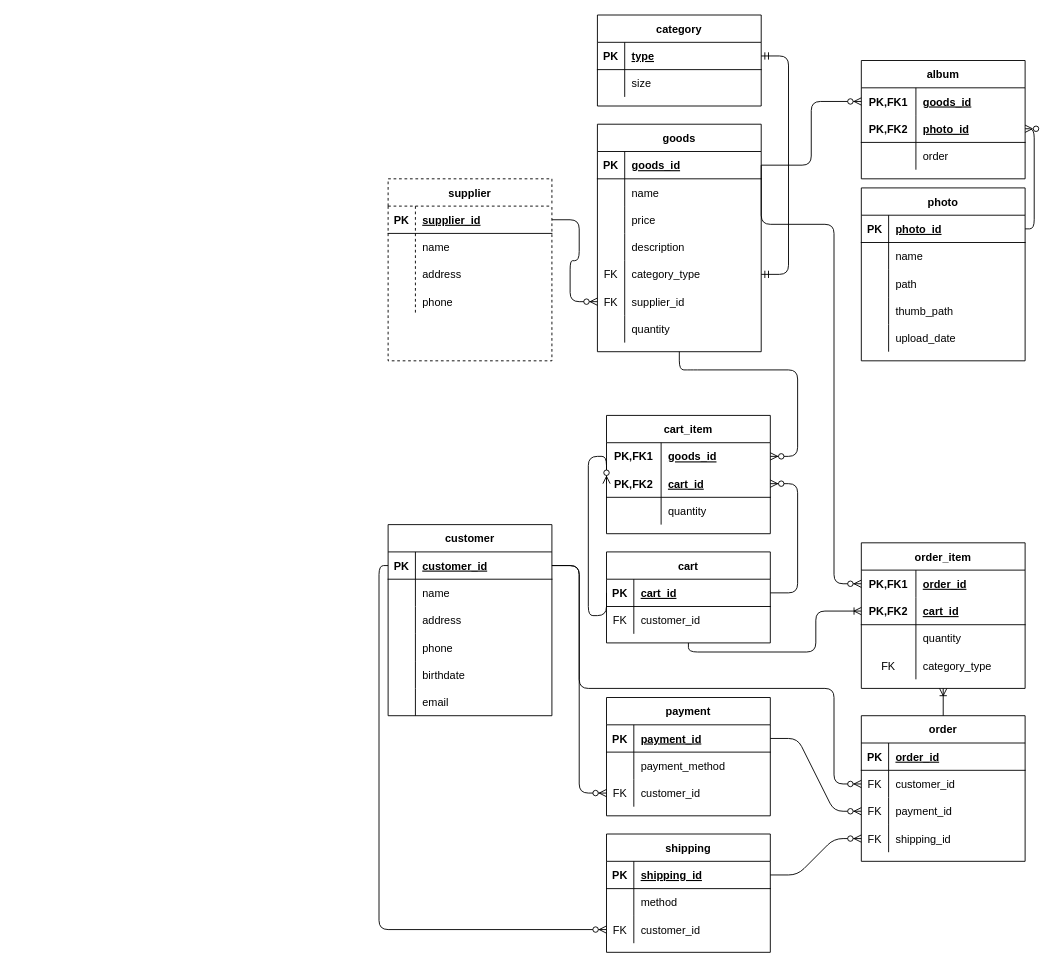
Earlier version of the draw.io diagram ermodel.drawio (BoshiLee/ecommerce). Source tidied: cells renumbered, new cells numbered last; positions are measured from the earlier drawing's top-left corner, leaving out a move shared by most shapes. Both pictures are drawn from the tidied source at 91%, with x=0, y=0 at pixel (388, 15).
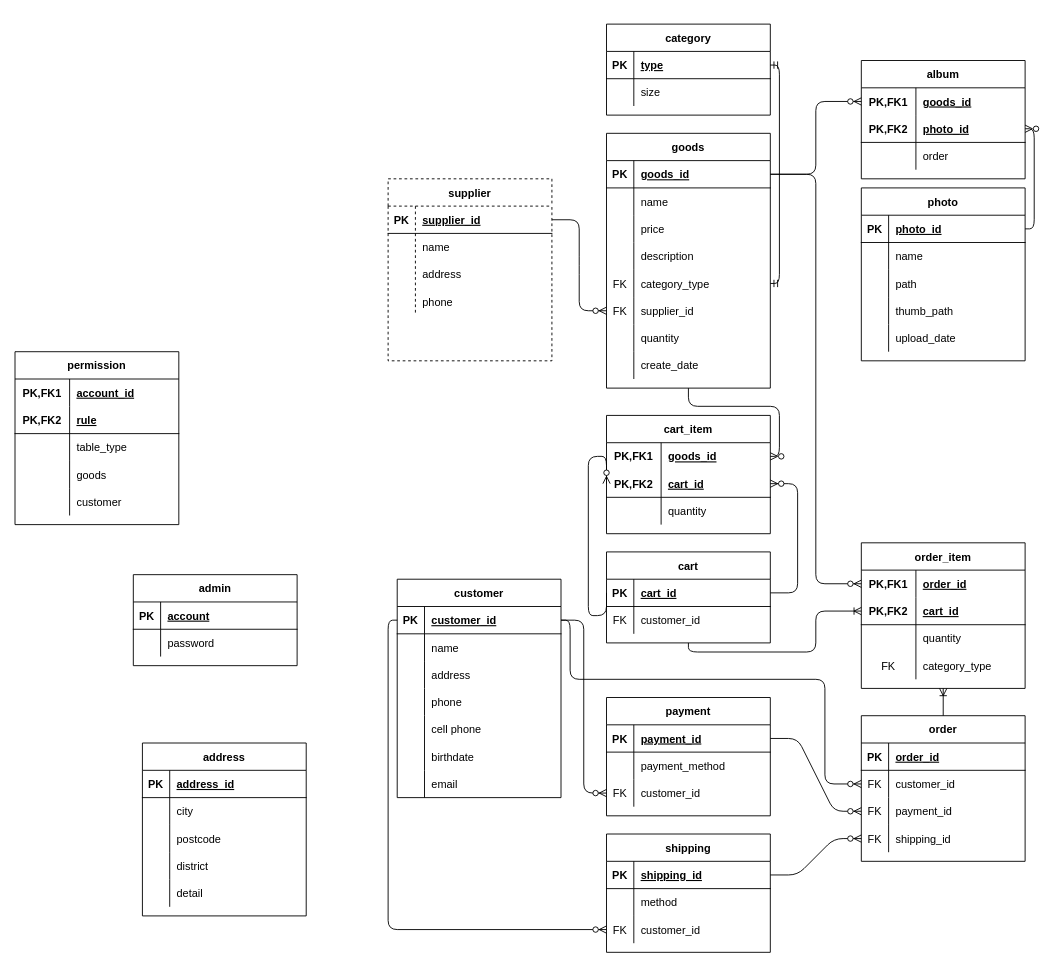
The same page after the edit.

Unchanged cells that the change refers to:
```xml
<mxCell id="3" style="shape=partialRectangle;fillColor=none;top=0;left=0;bottom=1;right=0;points=[[0,0.5],[1,0.5]];portConstraint=eastwest;" parent="2" vertex="1">
  <mxGeometry y="30" width="180" height="30" as="geometry" />
</mxCell>
<mxCell id="45" style="shape=partialRectangle;fillColor=none;top=0;left=0;bottom=1;right=0;points=[[0,0.5],[1,0.5]];portConstraint=eastwest;" parent="44" vertex="1">
  <mxGeometry y="30" width="180" height="30" as="geometry" />
</mxCell>
<mxCell id="57" style="shape=partialRectangle;fillColor=none;top=0;left=0;bottom=0;right=0;points=[[0,0.5],[1,0.5]];portConstraint=eastwest;" parent="44" vertex="1">
  <mxGeometry y="150" width="180" height="30" as="geometry" />
</mxCell>
<mxCell id="67" style="shape=partialRectangle;fillColor=none;top=0;left=0;bottom=1;right=0;points=[[0,0.5],[1,0.5]];portConstraint=eastwest;" parent="66" vertex="1">
  <mxGeometry y="30" width="180" height="30" as="geometry" />
</mxCell>
<mxCell id="84" style="shape=partialRectangle;fillColor=none;top=0;left=0;bottom=0;right=0;points=[[0,0.5],[1,0.5]];portConstraint=eastwest;" parent="80" vertex="1">
  <mxGeometry y="60" width="180" height="30" as="geometry" />
</mxCell>
<mxCell id="94" style="shape=partialRectangle;fillColor=none;top=0;left=0;bottom=0;right=0;points=[[0,0.5],[1,0.5]];portConstraint=eastwest;" parent="93" vertex="1">
  <mxGeometry y="30" width="180" height="30" as="geometry" />
</mxCell>
<mxCell id="109" style="shape=partialRectangle;fillColor=none;top=0;left=0;bottom=0;right=0;points=[[0,0.5],[1,0.5]];portConstraint=eastwest;" parent="108" vertex="1">
  <mxGeometry y="30" width="180" height="30" as="geometry" />
</mxCell>
```

What changed in the source:
```diff
@@
     <mxCell id="2" value="customer" style="shape=table;startSize=30;childLayout=tableLayout;rowLines=0;fontStyle=1;align=center;" parent="1" vertex="1">
-      <mxGeometry y="560" width="180" height="210" as="geometry" />
+      <mxGeometry x="10" y="620" width="180" height="240" as="geometry" />
     </mxCell>
@@
+    <mxCell id="167" style="shape=partialRectangle;fillColor=none;top=0;left=0;bottom=0;right=0;" parent="2" vertex="1">
+      <mxGeometry y="150" width="180" height="30" as="geometry" />
+    </mxCell>
+    <mxCell id="168" style="shape=partialRectangle;fillColor=none;top=0;left=0;bottom=0;right=0;overflow=hidden;" parent="167" vertex="1">
+      <mxGeometry width="30" height="30" as="geometry" />
+    </mxCell>
+    <mxCell id="169" value="cell phone" style="shape=partialRectangle;fillColor=none;top=0;left=0;bottom=0;right=0;align=left;spacingLeft=6;overflow=hidden;" parent="167" vertex="1">
+      <mxGeometry x="30" width="150" height="30" as="geometry" />
+    </mxCell>
     <mxCell id="15" style="shape=partialRectangle;fillColor=none;top=0;left=0;bottom=0;right=0;" parent="2" vertex="1">
-      <mxGeometry y="150" width="180" height="30" as="geometry" />
+      <mxGeometry y="180" width="180" height="30" as="geometry" />
     </mxCell>
@@
     <mxCell id="18" style="shape=partialRectangle;fillColor=none;top=0;left=0;bottom=0;right=0;" parent="2" vertex="1">
-      <mxGeometry y="180" width="180" height="30" as="geometry" />
+      <mxGeometry y="210" width="180" height="30" as="geometry" />
     </mxCell>
@@
     <mxCell id="44" value="goods" style="shape=table;startSize=30;childLayout=tableLayout;rowLines=0;fontStyle=1;align=center;" parent="1" vertex="1">
-      <mxGeometry x="230" y="120" width="180" height="250" as="geometry" />
+      <mxGeometry x="240" y="130" width="180" height="280" as="geometry" />
     </mxCell>
@@
+    <mxCell id="170" style="shape=partialRectangle;fillColor=none;top=0;left=0;bottom=0;right=0;" parent="44" vertex="1">
+      <mxGeometry y="240" width="180" height="30" as="geometry" />
+    </mxCell>
+    <mxCell id="171" style="shape=partialRectangle;fillColor=none;top=0;left=0;bottom=0;right=0;overflow=hidden;" parent="170" vertex="1">
+      <mxGeometry width="30" height="30" as="geometry" />
+    </mxCell>
+    <mxCell id="172" value="create_date" style="shape=partialRectangle;fillColor=none;top=0;left=0;bottom=0;right=0;align=left;spacingLeft=6;overflow=hidden;" parent="170" vertex="1">
+      <mxGeometry x="30" width="150" height="30" as="geometry" />
+    </mxCell>
     <mxCell id="66" value="category" style="shape=table;startSize=30;childLayout=tableLayout;rowLines=0;fontStyle=1;align=center;" parent="1" vertex="1">
-      <mxGeometry x="230" width="180" height="100" as="geometry" />
+      <mxGeometry x="240" y="10" width="180" height="100" as="geometry" />
     </mxCell>
@@
-    <mxCell id="104" style="edgeStyle=orthogonalEdgeStyle;fontSize=12;html=1;endArrow=ERzeroToMany;endFill=1;entryX=1;entryY=0.5;entryDx=0;entryDy=0;exitX=0.5;exitY=1;exitDx=0;exitDy=0;" parent="1" edge="1" source="44" target="94">
+    <mxCell id="104" style="fontSize=12;html=1;endArrow=ERzeroToMany;endFill=1;entryX=1;entryY=0.5;entryDx=0;entryDy=0;exitX=0.5;exitY=1;exitDx=0;exitDy=0;edgeStyle=orthogonalEdgeStyle;" parent="1" edge="1" source="44" target="94">
       <mxGeometry relative="1" as="geometry">
         <Array as="points">
-          <mxPoint x="330" y="390" />
-          <mxPoint x="450" y="390" />
-          <mxPoint x="450" y="455" />
+          <mxPoint x="330" y="430" />
+          <mxPoint x="430" y="430" />
+          <mxPoint x="430" y="485" />
         </Array>
       </mxGeometry>
     </mxCell>
@@
     <mxCell id="106" style="edgeStyle=orthogonalEdgeStyle;fontSize=12;html=1;endArrow=ERmandOne;startArrow=ERmandOne;entryX=1;entryY=0.5;entryDx=0;entryDy=0;exitX=1;exitY=0.5;exitDx=0;exitDy=0;" parent="1" edge="1" source="67" target="57">
-      <mxGeometry relative="1" as="geometry">
-        <Array as="points">
-          <mxPoint x="440" y="45" />
-          <mxPoint x="440" y="285" />
-        </Array>
-      </mxGeometry>
+      <mxGeometry relative="1" as="geometry" />
     </mxCell>
@@
     <mxCell id="122" style="edgeStyle=orthogonalEdgeStyle;fontSize=12;html=1;endArrow=ERzeroToMany;endFill=1;entryX=0;entryY=0.5;entryDx=0;entryDy=0;exitX=1;exitY=0.5;exitDx=0;exitDy=0;" parent="1" edge="1" source="45" target="109">
-      <mxGeometry relative="1" as="geometry">
-        <Array as="points">
-          <mxPoint x="490" y="230" />
-          <mxPoint x="490" y="625" />
-        </Array>
-      </mxGeometry>
+      <mxGeometry relative="1" as="geometry" />
     </mxCell>
@@
-    <mxCell id="138" style="fontSize=12;html=1;endArrow=ERzeroToMany;endFill=1;entryX=0;entryY=0.5;entryDx=0;entryDy=0;edgeStyle=orthogonalEdgeStyle;" parent="1" edge="1" source="3" target="84">
+    <mxCell id="138" style="fontSize=12;html=1;endArrow=ERzeroToMany;endFill=1;entryX=0;entryY=0.5;entryDx=0;entryDy=0;edgeStyle=orthogonalEdgeStyle;exitX=1;exitY=0.5;exitDx=0;exitDy=0;" parent="1" edge="1" source="3" target="84">
       <mxGeometry relative="1" as="geometry">
         <Array as="points">
-          <mxPoint x="210" y="605" />
-          <mxPoint x="210" y="740" />
-          <mxPoint x="490" y="740" />
-          <mxPoint x="490" y="845" />
+          <mxPoint x="200" y="665" />
+          <mxPoint x="200" y="730" />
+          <mxPoint x="480" y="730" />
+          <mxPoint x="480" y="845" />
         </Array>
       </mxGeometry>
     </mxCell>
@@
+    <mxCell id="173" value="address" style="shape=table;startSize=30;childLayout=tableLayout;rowLines=0;fontStyle=1;align=center;" parent="1" vertex="1">
+      <mxGeometry x="-270" y="800" width="180" height="190" as="geometry" />
+    </mxCell>
+    <mxCell id="174" style="shape=partialRectangle;fillColor=none;top=0;left=0;bottom=1;right=0;" parent="173" vertex="1">
+      <mxGeometry y="30" width="180" height="30" as="geometry" />
+    </mxCell>
+    <mxCell id="175" value="PK" style="shape=partialRectangle;fillColor=none;top=0;left=0;bottom=0;right=0;fontStyle=1;overflow=hidden;" parent="174" vertex="1">
+      <mxGeometry width="30" height="30" as="geometry" />
+    </mxCell>
+    <mxCell id="176" value="address_id" style="shape=partialRectangle;fillColor=none;top=0;left=0;bottom=0;right=0;align=left;spacingLeft=6;fontStyle=5;overflow=hidden;" parent="174" vertex="1">
+      <mxGeometry x="30" width="150" height="30" as="geometry" />
+    </mxCell>
+    <mxCell id="177" style="shape=partialRectangle;fillColor=none;top=0;left=0;bottom=0;right=0;" parent="173" vertex="1">
+      <mxGeometry y="60" width="180" height="30" as="geometry" />
+    </mxCell>
+    <mxCell id="178" style="shape=partialRectangle;fillColor=none;top=0;left=0;bottom=0;right=0;overflow=hidden;" parent="177" vertex="1">
+      <mxGeometry width="30" height="30" as="geometry" />
+    </mxCell>
+    <mxCell id="179" value="city" style="shape=partialRectangle;fillColor=none;top=0;left=0;bottom=0;right=0;align=left;spacingLeft=6;overflow=hidden;" parent="177" vertex="1">
+      <mxGeometry x="30" width="150" height="30" as="geometry" />
+    </mxCell>
+    <mxCell id="180" style="shape=partialRectangle;fillColor=none;top=0;left=0;bottom=0;right=0;" parent="173" vertex="1">
+      <mxGeometry y="90" width="180" height="30" as="geometry" />
+    </mxCell>
+    <mxCell id="181" style="shape=partialRectangle;fillColor=none;top=0;left=0;bottom=0;right=0;overflow=hidden;" parent="180" vertex="1">
+      <mxGeometry width="30" height="30" as="geometry" />
+    </mxCell>
+    <mxCell id="182" value="postcode" style="shape=partialRectangle;fillColor=none;top=0;left=0;bottom=0;right=0;align=left;spacingLeft=6;overflow=hidden;" parent="180" vertex="1">
+      <mxGeometry x="30" width="150" height="30" as="geometry" />
+    </mxCell>
+    <mxCell id="183" style="shape=partialRectangle;fillColor=none;top=0;left=0;bottom=0;right=0;" parent="173" vertex="1">
+      <mxGeometry y="120" width="180" height="30" as="geometry" />
+    </mxCell>
+    <mxCell id="184" style="shape=partialRectangle;fillColor=none;top=0;left=0;bottom=0;right=0;overflow=hidden;" parent="183" vertex="1">
+      <mxGeometry width="30" height="30" as="geometry" />
+    </mxCell>
+    <mxCell id="185" value="district" style="shape=partialRectangle;fillColor=none;top=0;left=0;bottom=0;right=0;align=left;spacingLeft=6;overflow=hidden;" parent="183" vertex="1">
+      <mxGeometry x="30" width="150" height="30" as="geometry" />
+    </mxCell>
+    <mxCell id="186" style="shape=partialRectangle;fillColor=none;top=0;left=0;bottom=0;right=0;" parent="173" vertex="1">
+      <mxGeometry y="150" width="180" height="30" as="geometry" />
+    </mxCell>
+    <mxCell id="187" style="shape=partialRectangle;fillColor=none;top=0;left=0;bottom=0;right=0;overflow=hidden;" parent="186" vertex="1">
+      <mxGeometry width="30" height="30" as="geometry" />
+    </mxCell>
+    <mxCell id="188" value="detail" style="shape=partialRectangle;fillColor=none;top=0;left=0;bottom=0;right=0;align=left;spacingLeft=6;overflow=hidden;" parent="186" vertex="1">
+      <mxGeometry x="30" width="150" height="30" as="geometry" />
+    </mxCell>
+    <mxCell id="189" value="permission" style="shape=table;startSize=30;childLayout=tableLayout;rowLines=0;fontStyle=1;align=center;" parent="1" vertex="1">
+      <mxGeometry x="-410" y="370" width="180" height="190" as="geometry" />
+    </mxCell>
+    <mxCell id="190" style="shape=partialRectangle;fillColor=none;top=0;left=0;bottom=0;right=0;" parent="189" vertex="1">
+      <mxGeometry y="30" width="180" height="30" as="geometry" />
+    </mxCell>
+    <mxCell id="191" value="PK,FK1" style="shape=partialRectangle;fillColor=none;top=0;left=0;bottom=0;right=0;fontStyle=1;overflow=hidden;" parent="190" vertex="1">
+      <mxGeometry width="60" height="30" as="geometry" />
+    </mxCell>
+    <mxCell id="192" value="account_id" style="shape=partialRectangle;fillColor=none;top=0;left=0;bottom=0;right=0;align=left;spacingLeft=6;fontStyle=5;overflow=hidden;" parent="190" vertex="1">
+      <mxGeometry x="60" width="120" height="30" as="geometry" />
+    </mxCell>
+    <mxCell id="193" style="shape=partialRectangle;fillColor=none;top=0;left=0;bottom=1;right=0;" parent="189" vertex="1">
+      <mxGeometry y="60" width="180" height="30" as="geometry" />
+    </mxCell>
+    <mxCell id="194" value="PK,FK2" style="shape=partialRectangle;fillColor=none;top=0;left=0;bottom=0;right=0;fontStyle=1;overflow=hidden;" parent="193" vertex="1">
+      <mxGeometry width="60" height="30" as="geometry" />
+    </mxCell>
+    <mxCell id="195" value="rule" style="shape=partialRectangle;fillColor=none;top=0;left=0;bottom=0;right=0;align=left;spacingLeft=6;fontStyle=5;overflow=hidden;" parent="193" vertex="1">
+      <mxGeometry x="60" width="120" height="30" as="geometry" />
+    </mxCell>
+    <mxCell id="196" style="shape=partialRectangle;fillColor=none;top=0;left=0;bottom=0;right=0;" parent="189" vertex="1">
+      <mxGeometry y="90" width="180" height="30" as="geometry" />
+    </mxCell>
+    <mxCell id="197" style="shape=partialRectangle;fillColor=none;top=0;left=0;bottom=0;right=0;overflow=hidden;" parent="196" vertex="1">
+      <mxGeometry width="60" height="30" as="geometry" />
+    </mxCell>
+    <mxCell id="198" value="table_type" style="shape=partialRectangle;fillColor=none;top=0;left=0;bottom=0;right=0;align=left;spacingLeft=6;overflow=hidden;" parent="196" vertex="1">
+      <mxGeometry x="60" width="120" height="30" as="geometry" />
+    </mxCell>
+    <mxCell id="199" style="shape=partialRectangle;fillColor=none;top=0;left=0;bottom=0;right=0;" parent="189" vertex="1">
+      <mxGeometry y="120" width="180" height="30" as="geometry" />
+    </mxCell>
+    <mxCell id="200" style="shape=partialRectangle;fillColor=none;top=0;left=0;bottom=0;right=0;overflow=hidden;" parent="199" vertex="1">
+      <mxGeometry width="60" height="30" as="geometry" />
+    </mxCell>
+    <mxCell id="201" value="goods" style="shape=partialRectangle;fillColor=none;top=0;left=0;bottom=0;right=0;align=left;spacingLeft=6;overflow=hidden;" parent="199" vertex="1">
+      <mxGeometry x="60" width="120" height="30" as="geometry" />
+    </mxCell>
+    <mxCell id="202" style="shape=partialRectangle;fillColor=none;top=0;left=0;bottom=0;right=0;" parent="189" vertex="1">
+      <mxGeometry y="150" width="180" height="30" as="geometry" />
+    </mxCell>
+    <mxCell id="203" style="shape=partialRectangle;fillColor=none;top=0;left=0;bottom=0;right=0;overflow=hidden;" parent="202" vertex="1">
+      <mxGeometry width="60" height="30" as="geometry" />
+    </mxCell>
+    <mxCell id="204" value="customer" style="shape=partialRectangle;fillColor=none;top=0;left=0;bottom=0;right=0;align=left;spacingLeft=6;overflow=hidden;" parent="202" vertex="1">
+      <mxGeometry x="60" width="120" height="30" as="geometry" />
+    </mxCell>
+    <mxCell id="205" value="admin" style="shape=table;startSize=30;childLayout=tableLayout;rowLines=0;fontStyle=1;align=center;" parent="1" vertex="1">
+      <mxGeometry x="-280" y="615" width="180" height="100" as="geometry" />
+    </mxCell>
+    <mxCell id="206" style="shape=partialRectangle;fillColor=none;top=0;left=0;bottom=1;right=0;" parent="205" vertex="1">
+      <mxGeometry y="30" width="180" height="30" as="geometry" />
+    </mxCell>
+    <mxCell id="207" value="PK" style="shape=partialRectangle;fillColor=none;top=0;left=0;bottom=0;right=0;fontStyle=1;overflow=hidden;" parent="206" vertex="1">
+      <mxGeometry width="30" height="30" as="geometry" />
+    </mxCell>
+    <mxCell id="208" value="account" style="shape=partialRectangle;fillColor=none;top=0;left=0;bottom=0;right=0;align=left;spacingLeft=6;fontStyle=5;overflow=hidden;" parent="206" vertex="1">
+      <mxGeometry x="30" width="150" height="30" as="geometry" />
+    </mxCell>
+    <mxCell id="209" style="shape=partialRectangle;fillColor=none;top=0;left=0;bottom=0;right=0;" parent="205" vertex="1">
+      <mxGeometry y="60" width="180" height="30" as="geometry" />
+    </mxCell>
+    <mxCell id="210" style="shape=partialRectangle;fillColor=none;top=0;left=0;bottom=0;right=0;overflow=hidden;" parent="209" vertex="1">
+      <mxGeometry width="30" height="30" as="geometry" />
+    </mxCell>
+    <mxCell id="211" value="password" style="shape=partialRectangle;fillColor=none;top=0;left=0;bottom=0;right=0;align=left;spacingLeft=6;overflow=hidden;" parent="209" vertex="1">
+      <mxGeometry x="30" width="150" height="30" as="geometry" />
+    </mxCell>
```
